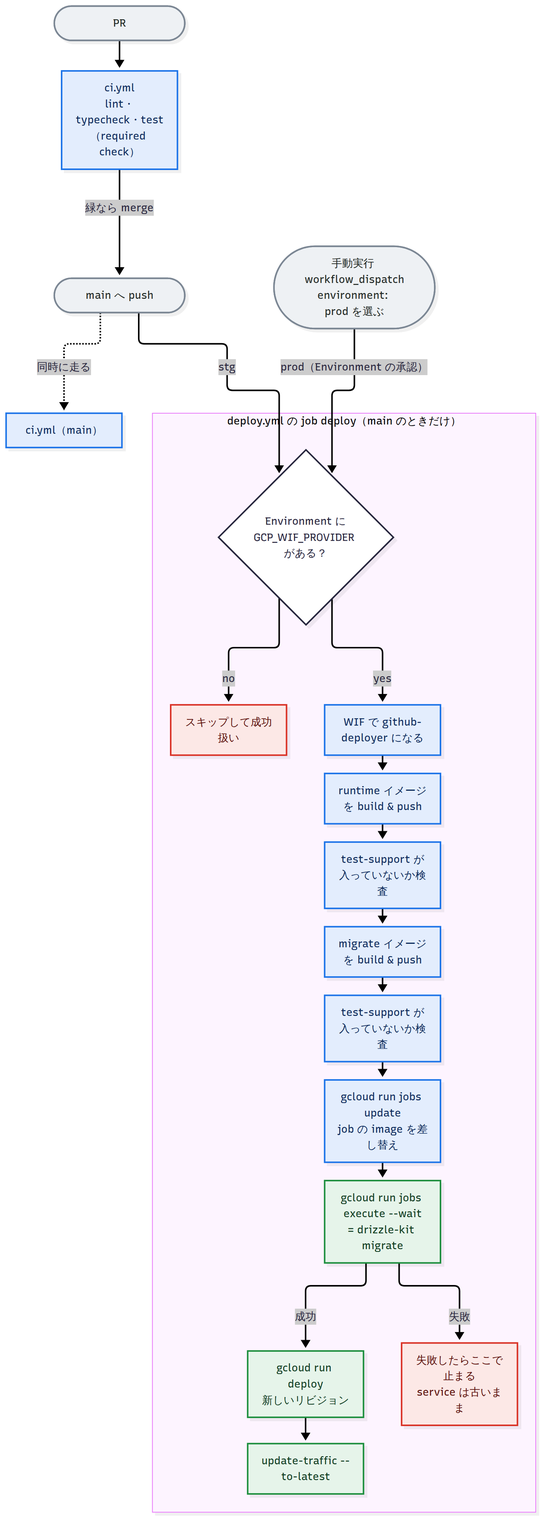
The Mermaid diagram docs/diagrams/deploy.png in d-kanai/ai-only-template, before a commit. Its source is kept beside it as docs/diagrams/deploy.mmd.
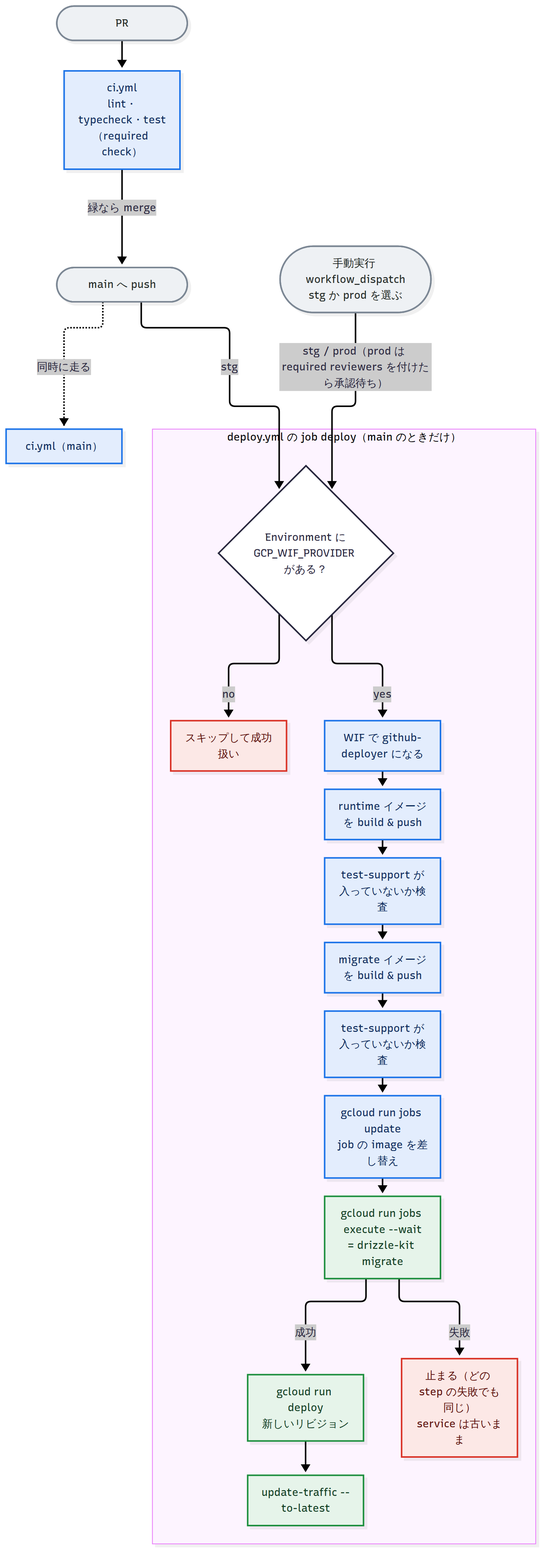
The same file after the commit.

The edit, as a diff of the source:
```diff
@@ -6,10 +6,10 @@
 
   pr(["PR"]):::trig --> ci["ci.yml<br/>lint・typecheck・test（required check）"]:::step
   ci -- "緑なら merge" --> main(["main へ push"]):::trig
-  manual(["手動実行 workflow_dispatch<br/>environment: prod を選ぶ"]):::trig
+  manual(["手動実行 workflow_dispatch<br/>stg か prod を選ぶ"]):::trig
 
   main -- "stg" --> cfg
-  manual -- "prod（Environment の承認）" --> cfg
+  manual -- "stg / prod（prod は required reviewers を付けたら承認待ち）" --> cfg
   main -. "同時に走る" .-> ci2["ci.yml（main）"]:::step
 
   subgraph DEPLOY["deploy.yml の job deploy（main のときだけ）"]
@@ -24,7 +24,7 @@
     j2["gcloud run jobs execute --wait<br/>= drizzle-kit migrate"]:::gcp
     d1["gcloud run deploy<br/>新しいリビジョン"]:::gcp
     d2["update-traffic --to-latest"]:::gcp
-    fail["失敗したらここで止まる<br/>service は古いまま"]:::stop
+    fail["止まる（どの step の失敗でも同じ）<br/>service は古いまま"]:::stop
 
     cfg -- no --> skip
     cfg -- yes --> auth --> b1 --> v1 --> b2 --> v2 --> j1 --> j2
```
